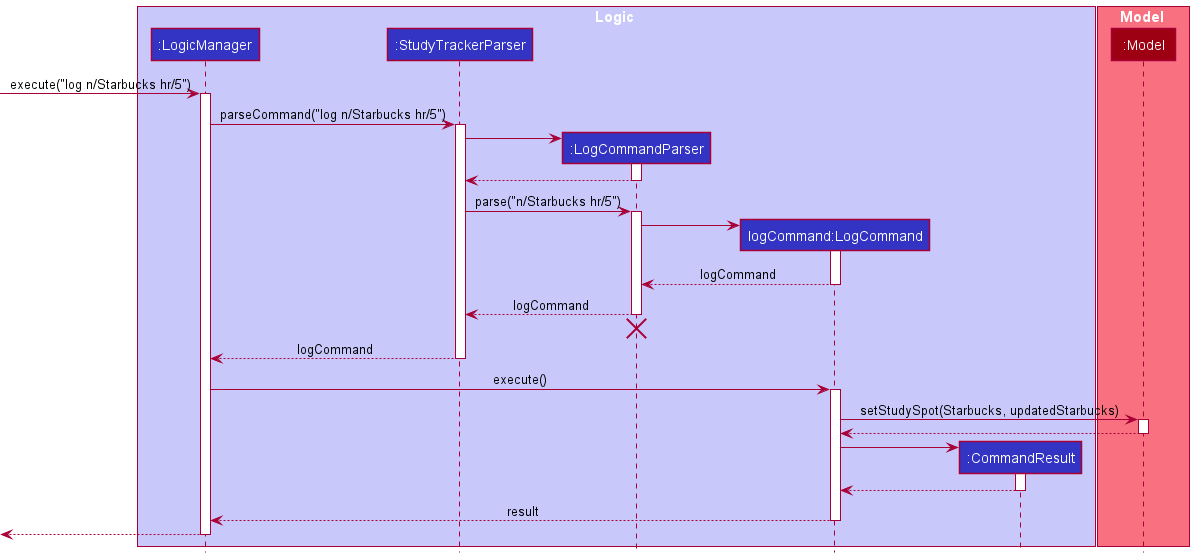
Earlier version of the PlantUML export docs/images/LogSequenceDiagram.png (ruoyann/tp).
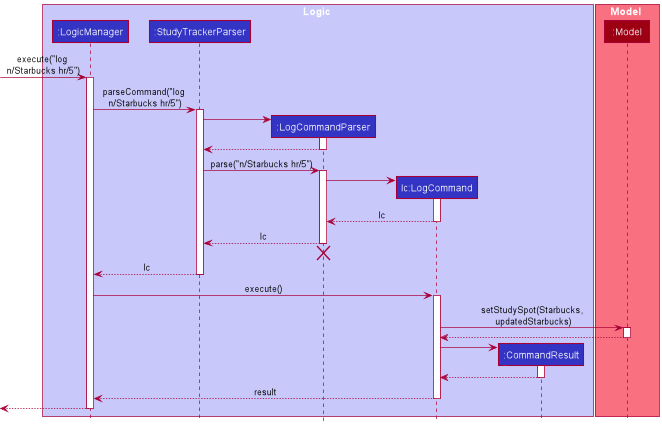
The same file after the commit.

The edit, as a diff of the source:
```diff
@@ -5,7 +5,7 @@
 participant ":LogicManager" as LogicManager LOGIC_COLOR
 participant ":StudyTrackerParser" as StudyTrackerParser LOGIC_COLOR
 participant ":LogCommandParser" as LogCommandParser LOGIC_COLOR
-participant "logCommand:LogCommand" as LogCommand LOGIC_COLOR
+participant "lc:LogCommand" as LogCommand LOGIC_COLOR
 participant ":CommandResult" as CommandResult LOGIC_COLOR
 end box
 
@@ -13,10 +13,10 @@
 participant ":Model" as Model MODEL_COLOR
 end box
 
-[-> LogicManager : execute("log n/Starbucks hr/5")
+[-> LogicManager : execute("log \nn/Starbucks hr/5")
 activate LogicManager
 
-LogicManager -> StudyTrackerParser : parseCommand("log n/Starbucks hr/5")
+LogicManager -> StudyTrackerParser : parseCommand("log \nn/Starbucks hr/5")
 activate StudyTrackerParser
 
 create LogCommandParser
@@ -33,21 +33,21 @@
 LogCommandParser -> LogCommand
 activate LogCommand
 
-LogCommand --> LogCommandParser : logCommand
+LogCommand --> LogCommandParser : lc
 deactivate LogCommand
 
-LogCommandParser --> StudyTrackerParser : logCommand
+LogCommandParser --> StudyTrackerParser : lc
 deactivate LogCommandParser
 LogCommandParser -[hidden]-> StudyTrackerParser
 destroy LogCommandParser
 
-StudyTrackerParser --> LogicManager : logCommand
+StudyTrackerParser --> LogicManager : lc
 deactivate StudyTrackerParser
 
 LogicManager -> LogCommand : execute()
 activate LogCommand
 
-LogCommand -> Model : setStudySpot(Starbucks, updatedStarbucks)
+LogCommand -> Model : setStudySpot(Starbucks,\n updatedStarbucks)
 activate Model
 
 Model --> LogCommand
```
